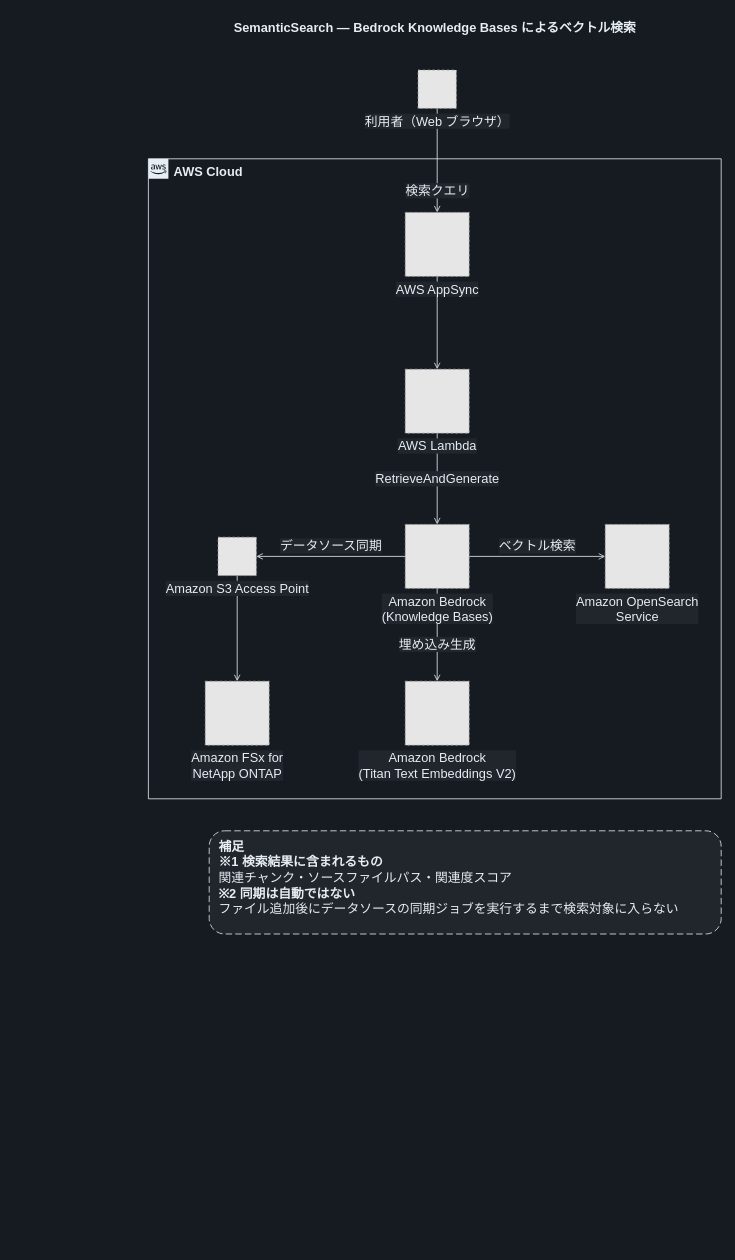
Above: docs/diagrams/dark/part3-semantic-search.drawio in Yoshiki0705/FSx-for-ONTAP-S3AccessPoints-Serverless-Patterns (draw.io), before the change. Source tidied: cells renumbered, new cells numbered last; positions are measured from the earlier drawing's top-left corner, leaving out a move shared by most shapes. Both pictures are drawn from the tidied source at 80%, with x=0, y=0 at pixel (148, 14). Pictures stored in the file or linked from it are replaced by grey dashed boxes.
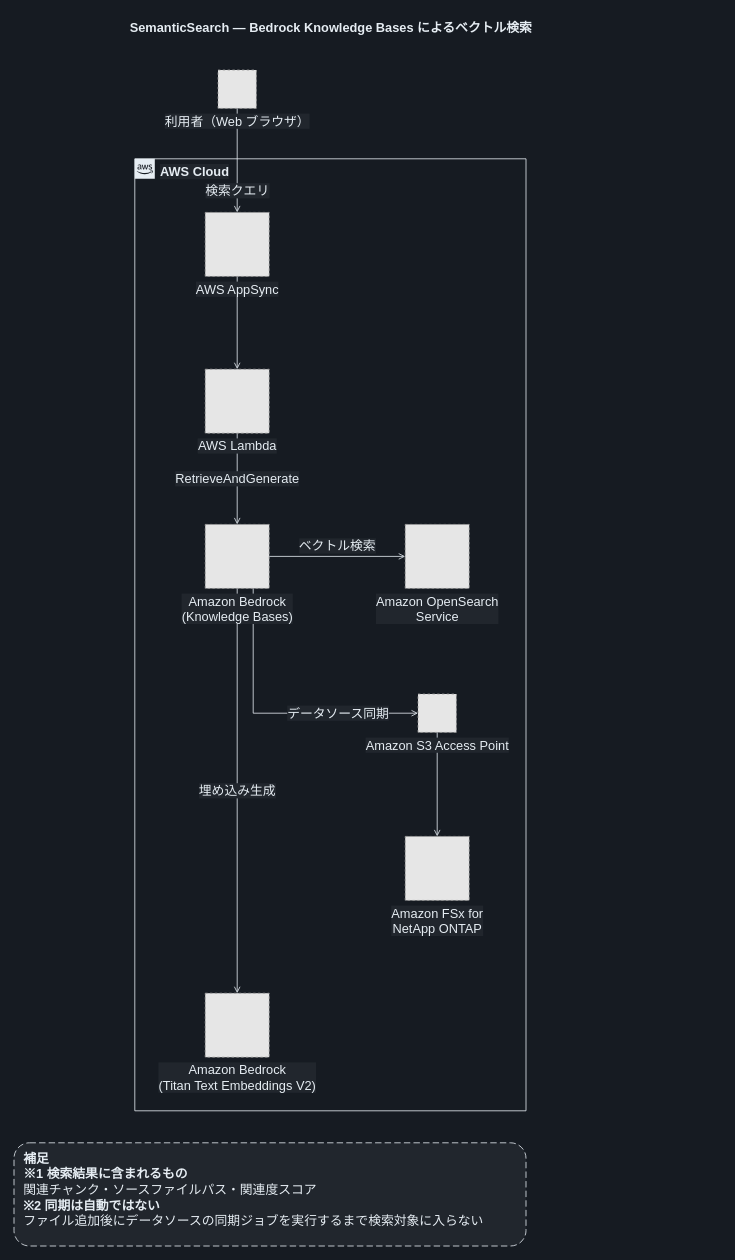
After the change.

Change to the diagram source:
```diff
@@
     <mxCell id="2" value="SemanticSearch — Bedrock Knowledge Bases によるベクトル検索" style="text;html=1;align=center;verticalAlign=middle;fontSize=16;fontStyle=1;fontColor=#E6EDF3;" parent="1" vertex="1">
-      <mxGeometry width="716" height="34" as="geometry" />
+      <mxGeometry x="-17" width="489" height="34" as="geometry" />
     </mxCell>
-    <mxCell id="3" value="AWS Cloud" style="gradientColor=none;html=1;whiteSpace=wrap;fontSize=16;fontStyle=1;shape=mxgraph.aws4.group;grIcon=mxgraph.aws4.group_aws_cloud_alt;strokeColor=#E6EDF3;fillColor=none;verticalAlign=top;align=left;spacingLeft=30;fontColor=#E6EDF3;dashed=0;" parent="1" vertex="1">
-      <mxGeometry y="181" width="716" height="800" as="geometry" />
-    </mxCell>
@@
     <mxCell id="8" value="埋め込み生成" style="edgeStyle=orthogonalEdgeStyle;rounded=0;jettySize=auto;html=1;endArrow=open;endFill=0;strokeColor=#E6EDF3;strokeWidth=1;fontSize=16;fontColor=#E6EDF3;labelBackgroundColor=#21262D;" parent="1" edge="1" source="16" target="17">
-      <mxGeometry relative="1" as="geometry">
-        <mxPoint y="12" as="offset" />
-      </mxGeometry>
+      <mxGeometry relative="1" as="geometry" />
     </mxCell>
-    <mxCell id="9" value="データソース同期" style="edgeStyle=orthogonalEdgeStyle;rounded=0;jettySize=auto;html=1;endArrow=open;endFill=0;strokeColor=#E6EDF3;strokeWidth=1;fontSize=16;fontColor=#E6EDF3;labelBackgroundColor=#21262D;" parent="1" edge="1" source="16" target="11">
-      <mxGeometry relative="1" as="geometry">
-        <mxPoint y="-13" as="offset" />
-      </mxGeometry>
+    <mxCell id="9" value="データソース同期" style="edgeStyle=orthogonalEdgeStyle;rounded=0;jettySize=auto;html=1;endArrow=open;endFill=0;strokeColor=#E6EDF3;strokeWidth=1;fontSize=16;fontColor=#E6EDF3;labelBackgroundColor=#21262D;exitX=0.75;exitY=1;exitDx=0;exitDy=0;entryX=0;entryY=0.5;entryDx=0;entryDy=0;" parent="1" edge="1" source="16" target="11">
+      <mxGeometry x="0.45" relative="1" as="geometry" />
     </mxCell>
@@
-    <mxCell id="11" value="Amazon S3 Access Point" style="fillColor=#E6E6E6;strokeColor=#999999;dashed=1;html=1;verticalLabelPosition=bottom;verticalAlign=top;labelPosition=center;align=center;fontSize=16;fontColor=#E6EDF3;labelBackgroundColor=#21262D;" parent="1" vertex="1">
-      <mxGeometry x="87" y="654" width="48" height="48" as="geometry" />
-    </mxCell>
-    <mxCell id="12" value="Amazon FSx for&lt;br&gt;NetApp ONTAP" style="fillColor=#E6E6E6;strokeColor=#999999;dashed=1;html=1;verticalLabelPosition=bottom;verticalAlign=top;labelPosition=center;align=center;fontSize=16;fontColor=#E6EDF3;labelBackgroundColor=#21262D;" parent="1" vertex="1">
-      <mxGeometry x="71" y="834" width="80" height="80" as="geometry" />
-    </mxCell>
+    <mxCell id="3" value="AWS Cloud" style="gradientColor=none;html=1;whiteSpace=wrap;fontSize=16;fontStyle=1;shape=mxgraph.aws4.group;grIcon=mxgraph.aws4.group_aws_cloud_alt;strokeColor=#E6EDF3;fillColor=none;verticalAlign=top;align=left;spacingLeft=30;fontColor=#E6EDF3;dashed=0;labelBackgroundColor=#21262D;" parent="1" vertex="1">
+      <mxGeometry x="-17" y="181" width="489" height="1190" as="geometry" />
+    </mxCell>
     <mxCell id="13" value="利用者（Web ブラウザ）" style="fillColor=#E6E6E6;strokeColor=#999999;dashed=1;html=1;verticalLabelPosition=bottom;verticalAlign=top;labelPosition=center;align=center;fontSize=16;fontColor=#E6EDF3;labelBackgroundColor=#21262D;" parent="1" vertex="1">
-      <mxGeometry x="337" y="70" width="48" height="48" as="geometry" />
+      <mxGeometry x="87" y="70" width="48" height="48" as="geometry" />
     </mxCell>
     <mxCell id="14" value="AWS AppSync" style="fillColor=#E6E6E6;strokeColor=#999999;dashed=1;html=1;verticalLabelPosition=bottom;verticalAlign=top;labelPosition=center;align=center;fontSize=16;fontColor=#E6EDF3;labelBackgroundColor=#21262D;" parent="1" vertex="1">
-      <mxGeometry x="321" y="248" width="80" height="80" as="geometry" />
+      <mxGeometry x="71" y="248" width="80" height="80" as="geometry" />
     </mxCell>
     <mxCell id="15" value="AWS Lambda" style="fillColor=#E6E6E6;strokeColor=#999999;dashed=1;html=1;verticalLabelPosition=bottom;verticalAlign=top;labelPosition=center;align=center;fontSize=16;fontColor=#E6EDF3;labelBackgroundColor=#21262D;" parent="1" vertex="1">
-      <mxGeometry x="321" y="444" width="80" height="80" as="geometry" />
+      <mxGeometry x="71" y="444" width="80" height="80" as="geometry" />
     </mxCell>
     <mxCell id="16" value="Amazon Bedrock&lt;br&gt;(Knowledge Bases)" style="fillColor=#E6E6E6;strokeColor=#999999;dashed=1;html=1;verticalLabelPosition=bottom;verticalAlign=top;labelPosition=center;align=center;fontSize=16;fontColor=#E6EDF3;labelBackgroundColor=#21262D;" parent="1" vertex="1">
-      <mxGeometry x="321" y="638" width="80" height="80" as="geometry" />
+      <mxGeometry x="71" y="638" width="80" height="80" as="geometry" />
     </mxCell>
     <mxCell id="17" value="Amazon Bedrock&lt;br&gt;(Titan Text Embeddings V2)" style="fillColor=#E6E6E6;strokeColor=#999999;dashed=1;html=1;verticalLabelPosition=bottom;verticalAlign=top;labelPosition=center;align=center;fontSize=16;fontColor=#E6EDF3;labelBackgroundColor=#21262D;" parent="1" vertex="1">
-      <mxGeometry x="321" y="834" width="80" height="80" as="geometry" />
+      <mxGeometry x="71" y="1224" width="80" height="80" as="geometry" />
     </mxCell>
     <mxCell id="18" value="Amazon OpenSearch&lt;br&gt;Service" style="fillColor=#E6E6E6;strokeColor=#999999;dashed=1;html=1;verticalLabelPosition=bottom;verticalAlign=top;labelPosition=center;align=center;fontSize=16;fontColor=#E6EDF3;labelBackgroundColor=#21262D;" parent="1" vertex="1">
-      <mxGeometry x="571" y="638" width="80" height="80" as="geometry" />
+      <mxGeometry x="321" y="638" width="80" height="80" as="geometry" />
     </mxCell>
+    <mxCell id="11" value="Amazon S3 Access Point" style="fillColor=#E6E6E6;strokeColor=#999999;dashed=1;html=1;verticalLabelPosition=bottom;verticalAlign=top;labelPosition=center;align=center;fontSize=16;fontColor=#E6EDF3;labelBackgroundColor=#21262D;" parent="1" vertex="1">
+      <mxGeometry x="337" y="850" width="48" height="48" as="geometry" />
+    </mxCell>
+    <mxCell id="12" value="Amazon FSx for&lt;br&gt;NetApp ONTAP" style="fillColor=#E6E6E6;strokeColor=#999999;dashed=1;html=1;verticalLabelPosition=bottom;verticalAlign=top;labelPosition=center;align=center;fontSize=16;fontColor=#E6EDF3;labelBackgroundColor=#21262D;" parent="1" vertex="1">
+      <mxGeometry x="321" y="1028" width="80" height="80" as="geometry" />
+    </mxCell>
     <mxCell id="19" value="&lt;b&gt;補足&lt;/b&gt;&lt;br&gt;&lt;b&gt;※1 検索結果に含まれるもの&lt;/b&gt;&lt;br&gt;関連チャンク・ソースファイルパス・関連度スコア&lt;br&gt;&lt;b&gt;※2 同期は自動ではない&lt;/b&gt;&lt;br&gt;ファイル追加後にデータソースの同期ジョブを実行するまで検索対象に入らない" style="rounded=1;whiteSpace=wrap;html=1;dashed=1;dashPattern=8 4;strokeColor=#E6EDF3;fillColor=#21262D;align=left;verticalAlign=top;spacingLeft=10;spacingTop=4;fontSize=16;fontColor=#E6EDF3;" parent="1" vertex="1">
-      <mxGeometry x="76" y="1021" width="640" height="129" as="geometry" />
+      <mxGeometry x="-168" y="1411" width="640" height="129" as="geometry" />
     </mxCell>
```
